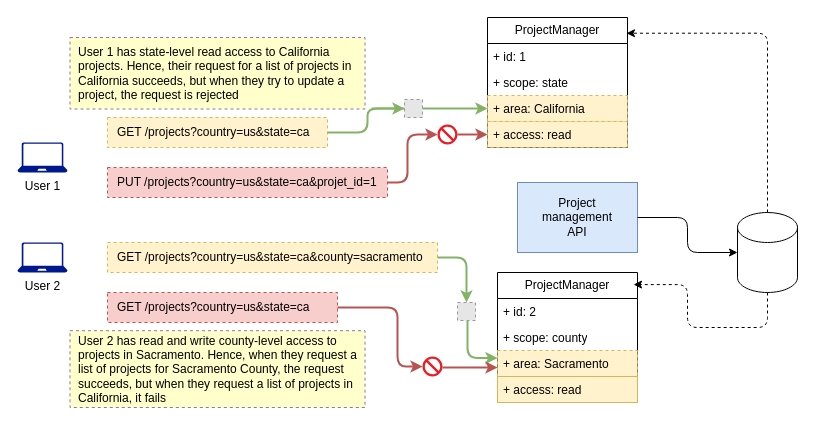
This is page "7.18" (18 of 18) of ch07.drawio from abunuwas/api-sec-book-imgs, a draw.io file, before an edit. Source tidied: cells renumbered, new cells numbered last; positions are measured from the earlier drawing's top-left corner, leaving out a move shared by most shapes. Both pictures are drawn from the tidied source at 100%, with x=0, y=0 at pixel (17, 17). Pictures stored in the file or linked from it are replaced by grey dashed boxes.
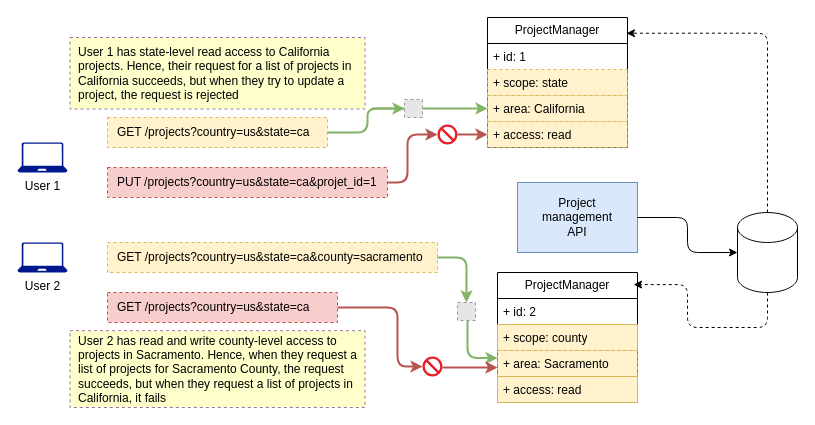
Above is the later version.

Unchanged cells that the change refers to:
```xml
<mxCell id="5" value="ProjectManager" style="swimlane;fontStyle=0;horizontal=1;startSize=26;fillColor=none;whiteSpace=wrap;html=1;" parent="1" vertex="1">
  <mxGeometry x="470" width="140" height="130" as="geometry" />
</mxCell>
<mxCell id="10" value="ProjectManager" style="swimlane;fontStyle=0;horizontal=1;startSize=26;fillColor=none;whiteSpace=wrap;html=1;" parent="1" vertex="1">
  <mxGeometry x="480" y="255" width="140" height="130" as="geometry" />
</mxCell>
```

What changed in the source:
```diff
@@
-    <mxCell id="7" value="+ scope: state" style="text;align=left;verticalAlign=top;spacingLeft=4;spacingRight=4;overflow=hidden;whiteSpace=wrap;html=1;dashed=1;" parent="5" vertex="1">
+    <mxCell id="7" value="+ scope: state" style="text;align=left;verticalAlign=top;spacingLeft=4;spacingRight=4;overflow=hidden;whiteSpace=wrap;html=1;dashed=1;fillColor=#fff2cc;strokeColor=#d6b656;" parent="5" vertex="1">
       <mxGeometry y="52" width="140" height="26" as="geometry" />
     </mxCell>
@@
-    <mxCell id="12" value="+ scope: county" style="text;strokeColor=none;fillColor=none;align=left;verticalAlign=top;spacingLeft=4;spacingRight=4;overflow=hidden;whiteSpace=wrap;html=1;" parent="10" vertex="1">
+    <mxCell id="12" value="+ scope: county" style="text;strokeColor=#d6b656;fillColor=#fff2cc;align=left;verticalAlign=top;spacingLeft=4;spacingRight=4;overflow=hidden;whiteSpace=wrap;html=1;" parent="10" vertex="1">
       <mxGeometry y="52" width="140" height="26" as="geometry" />
     </mxCell>
```
